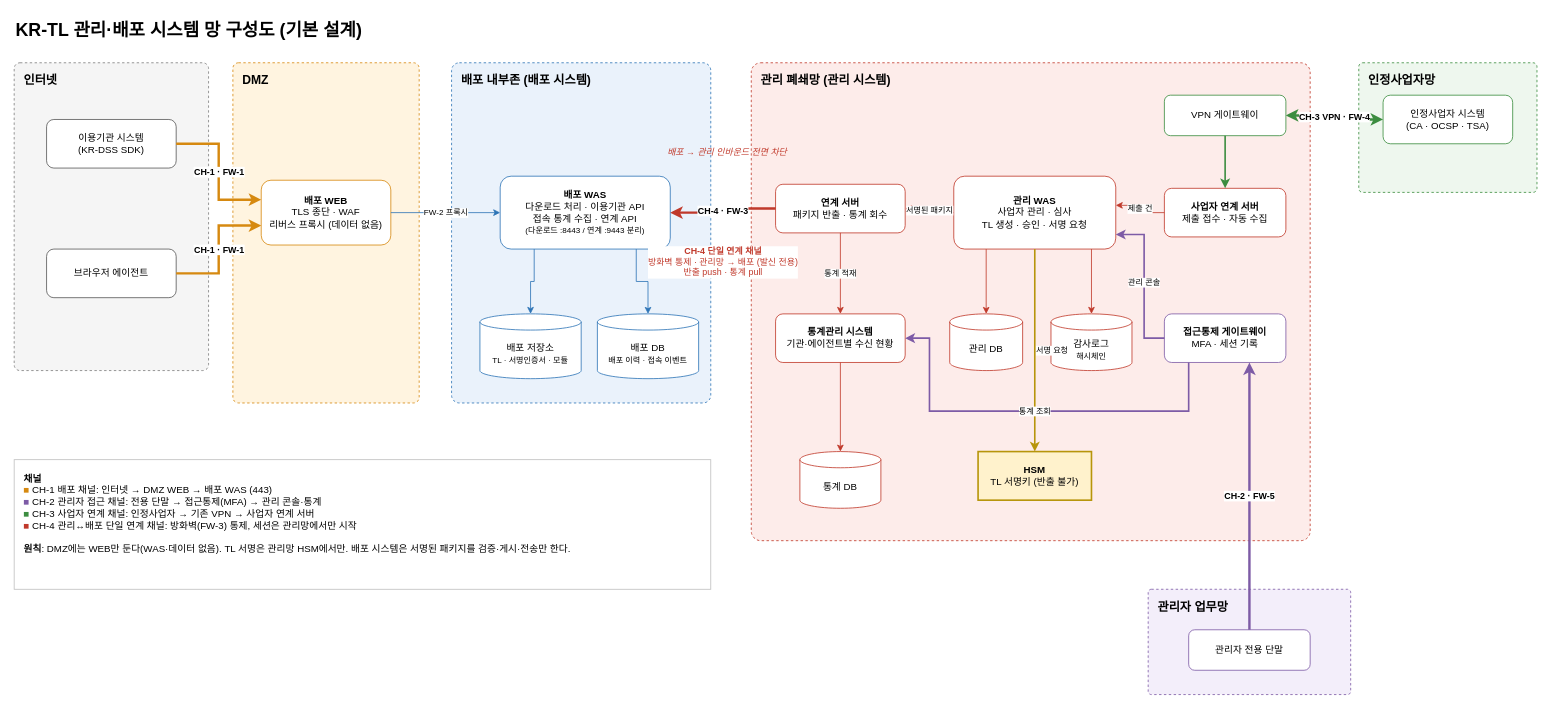
Earlier version of the draw.io diagram docs/design/KR-TL-관리시스템/부록/krtl-network.drawio (yongsungkim-electcerti/kr-dss). Source tidied: cells renumbered, new cells numbered last; positions are measured from the earlier drawing's top-left corner, leaving out a move shared by most shapes. Both pictures are drawn from the tidied source at 81%, with x=0, y=0 at pixel (14, 14).
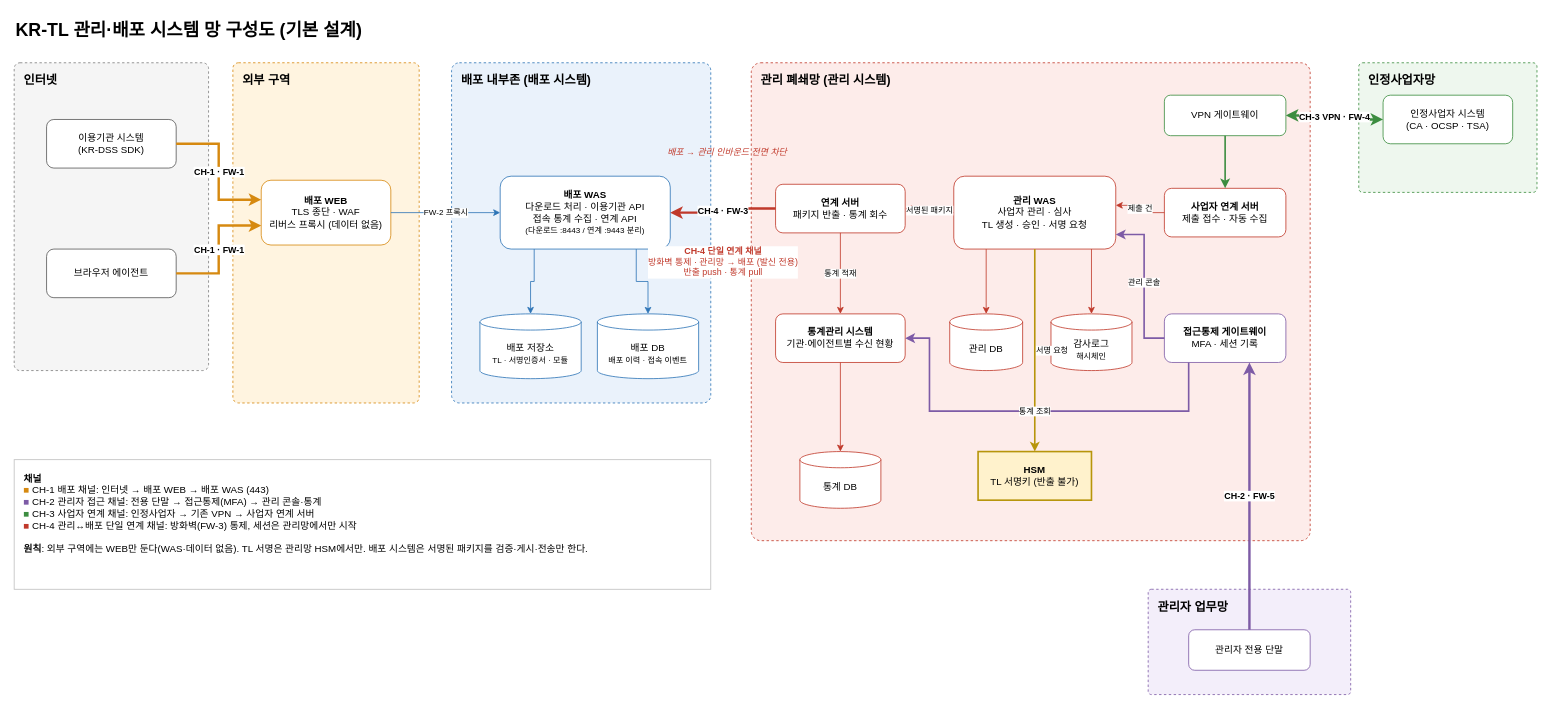
Above is the later version.

The edit, as a diff of the source:
```diff
@@
-    <mxCell id="4" value="DMZ" style="rounded=1;arcSize=3;dashed=1;fillColor=#fff4e0;strokeColor=#d68910;verticalAlign=top;align=left;spacingLeft=10;spacingTop=6;fontStyle=1;fontSize=15;" parent="1" vertex="1">
+    <mxCell id="4" value="외부 구역" style="rounded=1;arcSize=3;dashed=1;fillColor=#fff4e0;strokeColor=#d68910;verticalAlign=top;align=left;spacingLeft=10;spacingTop=6;fontStyle=1;fontSize=15;" parent="1" vertex="1">
       <mxGeometry x="270" y="60" width="230" height="420" as="geometry" />
     </mxCell>
@@
-    <mxCell id="47" value="&lt;b&gt;채널&lt;/b&gt;&lt;br&gt;&lt;font color=&quot;#d68910&quot;&gt;■&lt;/font&gt; CH-1 배포 채널: 인터넷 → DMZ WEB → 배포 WAS (443)&lt;br&gt;&lt;font color=&quot;#7d5ba6&quot;&gt;■&lt;/font&gt; CH-2 관리자 접근 채널: 전용 단말 → 접근통제(MFA) → 관리 콘솔·통계&lt;br&gt;&lt;font color=&quot;#3c8d40&quot;&gt;■&lt;/font&gt; CH-3 사업자 연계 채널: 인정사업자 → 기존 VPN → 사업자 연계 서버&lt;br&gt;&lt;font color=&quot;#c0392b&quot;&gt;■&lt;/font&gt; CH-4 관리↔배포 단일 연계 채널: 방화벽(FW-3) 통제, 세션은 관리망에서만 시작&lt;br&gt;&lt;br&gt;&lt;b&gt;원칙&lt;/b&gt;: DMZ에는 WEB만 둔다(WAS·데이터 없음). TL 서명은 관리망 HSM에서만. 배포 시스템은 서명된 패키지를 검증·게시·전송만 한다." style="rounded=0;whiteSpace=wrap;html=1;align=left;verticalAlign=top;spacing=12;fontSize=12;fillColor=#ffffff;strokeColor=#bfbfbf;" parent="1" vertex="1">
+    <mxCell id="47" value="&lt;b&gt;채널&lt;/b&gt;&lt;br&gt;&lt;font color=&quot;#d68910&quot;&gt;■&lt;/font&gt; CH-1 배포 채널: 인터넷 → 배포 WEB → 배포 WAS (443)&lt;br&gt;&lt;font color=&quot;#7d5ba6&quot;&gt;■&lt;/font&gt; CH-2 관리자 접근 채널: 전용 단말 → 접근통제(MFA) → 관리 콘솔·통계&lt;br&gt;&lt;font color=&quot;#3c8d40&quot;&gt;■&lt;/font&gt; CH-3 사업자 연계 채널: 인정사업자 → 기존 VPN → 사업자 연계 서버&lt;br&gt;&lt;font color=&quot;#c0392b&quot;&gt;■&lt;/font&gt; CH-4 관리↔배포 단일 연계 채널: 방화벽(FW-3) 통제, 세션은 관리망에서만 시작&lt;br&gt;&lt;br&gt;&lt;b&gt;원칙&lt;/b&gt;: 외부 구역에는 WEB만 둔다(WAS·데이터 없음). TL 서명은 관리망 HSM에서만. 배포 시스템은 서명된 패키지를 검증·게시·전송만 한다." style="rounded=0;whiteSpace=wrap;html=1;align=left;verticalAlign=top;spacing=12;fontSize=12;fillColor=#ffffff;strokeColor=#bfbfbf;" parent="1" vertex="1">
       <mxGeometry y="550" width="860" height="160" as="geometry" />
     </mxCell>
```
